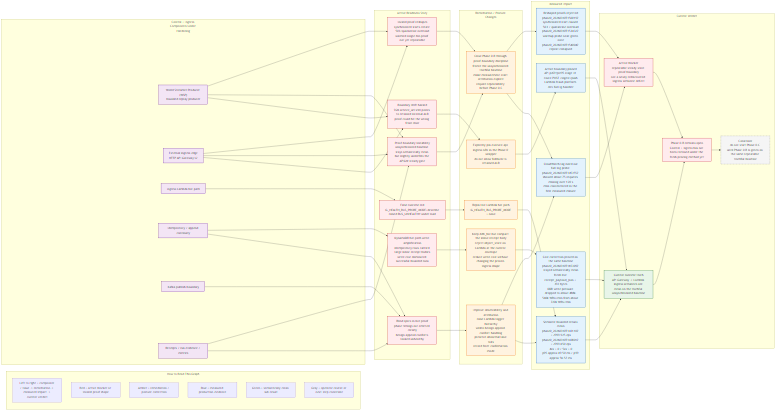
The Mermaid diagram docs/design/platform/dev_full/graph/readiness/dev_full_control_ingress_readiness_delta_current_v0.mermaid.png in EsosaOrumwese/fraud-detection-system, before a commit. Its source is kept beside it as docs/design/platform/dev_full/graph/readiness/dev_full_control_ingress_readiness_delta_current_v0.mermaid.mmd. Its diagram source:
```mermaid
---
config:
  layout: dagre
  theme: default
---
flowchart LR

  subgraph LEGEND["How to Read This Graph"]
    L1["Left to right = component / issue -> remediation -> measured impact -> current verdict"]
    L2["Red = active blocker or invalid proof shape"]
    L3["Amber = remediation / posture correction"]
    L4["Blue = measured production evidence"]
    L5["Green = semantically clean sub-result"]
    L6["Gray = operator caveat or next-step constraint"]
  end

  subgraph COMPONENTS["Control + Ingress Components Under Hardening"]
    WSP["World Streamer Producer (WSP)<br>bounded replay producer"]
    EDGE["External ingress edge<br>HTTP API Gateway v2"]
    IG["Ingress Lambda hot path"]
    DDB["Idempotency / append continuity"]
    PUB["Kafka publish boundary"]
    EVID["Receipts / run evidence / metrics"]
  end

  subgraph DEFECTS["Active Readiness Story"]
    D1["Boundary drift hazard<br>SSM service_url still points to retained internal ALB<br>proof could hit the wrong front door"]
    D2["False runtime red<br>IG_HEALTH_BUS_PROBE_MODE=describe raised BUS_UNHEALTHY under load"]
    D3["Blind spots in live proof<br>phase timings not emitted clearly<br>benign append conflicts looked unhealthy"]
    D4["Proof-boundary instability<br>unsynchronized baseline stays semantically clean but slightly underfills the APIGW steady gate"]
    D5["Invalid proof reshapes<br>synchronized starts create 503/quarantine overload<br>warmed single-bin proof not yet repeatable"]
    D6["DynamoDB hot-path write amplification<br>idempotency rows carried large inline receipt bodies<br>write cost dominated successful bounded runs"]
  end

  subgraph REMEDIATION["Remediation / Posture Changes"]
    R1["Explicitly pin execute-api ingress URL in the Phase 0 wrapper<br>do not allow fallback to retained ALB"]
    R2["Repin live Lambda hot path<br>IG_HEALTH_BUS_PROBE_MODE = none"]
    R3["Improve observability and attribution<br>raise Lambda logger hierarchy<br>widen benign append-conflict handling<br>preserve abnormal lane tails<br>record fleet confirmation mode"]
    R4["Close Phase 0.B through proof-boundary discipline<br>freeze the unsynchronized truthful baseline<br>make measurement-start attribution explicit<br>require repeatability before Phase 0.C"]
    R5["Keep ddb_hot but compact the inline receipt body<br>reject object_store on Lambda at the current envelope<br>reduce write cost without changing the proven ingress shape"]
  end

  subgraph IMPACT["Measured Impact"]
    M1["Active boundary pinned<br>API pd7rtjze95 stage v1 route POST /ingest/push<br>Lambda fraud-platform-dev-full-ig-handler"]
    M2["Semantic bounded reruns clean<br>phase0_20260310T143110Z = 2999.925 eps<br>phase0_20260310T143801Z = 2999.650 eps<br>4xx = 0 / 5xx = 0<br>p95 approx 49-50 ms / p99 approx 56-57 ms"]
    M3["CloudWatch lag ruled out<br>full-log probe phase0_20260310T145355Z showed about 75 requests missing over 120 s<br>miss concentrated in the first measured minute"]
    M4["Reshaped proofs rejected<br>phase0_20260310T150019Z synchronized start caused 503 / quarantine overload<br>phase0_20260310T153432Z warmup probe near-green once<br>phase0_20260310T154004Z repeat collapsed"]
    M5["Cost correction proved on the same baseline<br>phase0_20260310T165309Z stayed semantically clean<br>fresh live receipt_payload_json = 392 bytes<br>DDB write pressure dropped to about 488k-540k WRU/min from about 720k WRU/min"]
  end

  subgraph VERDICT["Current Verdict"]
    V1["Current runtime truth<br>API Gateway -> Lambda ingress semantics are clean on the truthful unsynchronized baseline"]
    V2["Phase 0.B remains open<br>Control + Ingress has not been reclosed under the fresh proving method yet"]
    V3["Active blocker<br>repeatable steady-state proof boundary<br>not a newly rediscovered ingress semantic defect"]
    V4["Constraint<br>do not start Phase 0.C until Phase 0.B is green on the same repeatable truthful baseline"]
  end

  WSP --> D1
  EDGE --> D1
  IG --> D2
  DDB --> D3
  PUB --> D3
  EVID --> D3
  WSP --> D4
  EDGE --> D4
  EVID --> D4
  WSP --> D5
  EDGE --> D5
  DDB --> D6

  D1 --> R1
  D2 --> R2
  D3 --> R3
  D4 --> R4
  D5 --> R4
  D6 --> R5

  R1 --> M1
  R2 --> M2
  R3 --> M2
  R3 --> M3
  R4 --> M3
  R4 --> M4
  R5 --> M5

  M1 --> V1
  M2 --> V1
  M3 --> V3
  M4 --> V3
  M5 --> V1
  V1 --> V2
  V3 --> V2
  V2 --> V4

  classDef comp fill:#f3e5f5,stroke:#6a1b9a,color:#111,stroke-width:1.3px;
  classDef defect fill:#ffebee,stroke:#c62828,color:#111,stroke-width:1.3px;
  classDef fix fill:#fff3e0,stroke:#ef6c00,color:#111,stroke-width:1.3px;
  classDef metric fill:#e3f2fd,stroke:#1565c0,color:#111,stroke-width:1.3px;
  classDef ok fill:#e8f5e9,stroke:#2e7d32,color:#111,stroke-width:1.4px;
  classDef caveat fill:#f5f5f5,stroke:#616161,color:#111,stroke-dasharray: 5 3;

  class WSP,EDGE,IG,DDB,PUB,EVID comp;
  class D1,D2,D3,D4,D5,D6 defect;
  class R1,R2,R3,R4,R5 fix;
  class M1,M2,M3,M4,M5 metric;
  class V1 ok;
  class V2,V3 defect;
  class V4 caveat;
```
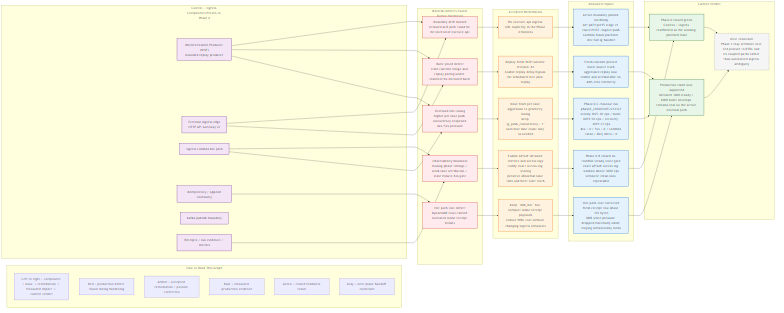
The same file after the commit.

What changed in the source:
```diff
@@ -7,14 +7,14 @@
 
   subgraph LEGEND["How to Read This Graph"]
     L1["Left to right = component / issue -> remediation -> measured impact -> current verdict"]
-    L2["Red = active blocker or invalid proof shape"]
-    L3["Amber = remediation / posture correction"]
+    L2["Red = production defect found during hardening"]
+    L3["Amber = accepted remediation / posture correction"]
     L4["Blue = measured production evidence"]
-    L5["Green = semantically clean sub-result"]
-    L6["Gray = operator caveat or next-step constraint"]
+    L5["Green = closed readiness result"]
+    L6["Gray = next-plane handoff constraint"]
   end
 
-  subgraph COMPONENTS["Control + Ingress Components Under Hardening"]
+  subgraph COMPONENTS["Control + Ingress Components Proven in Phase 0"]
     WSP["World Streamer Producer (WSP)<br>bounded replay producer"]
     EDGE["External ingress edge<br>HTTP API Gateway v2"]
     IG["Ingress Lambda hot path"]
@@ -23,74 +23,65 @@
     EVID["Receipts / run evidence / metrics"]
   end
 
-  subgraph DEFECTS["Active Readiness Story"]
-    D1["Boundary drift hazard<br>SSM service_url still points to retained internal ALB<br>proof could hit the wrong front door"]
-    D2["False runtime red<br>IG_HEALTH_BUS_PROBE_MODE=describe raised BUS_UNHEALTHY under load"]
-    D3["Blind spots in live proof<br>phase timings not emitted clearly<br>benign append conflicts looked unhealthy"]
-    D4["Proof-boundary instability<br>unsynchronized baseline stays semantically clean but slightly underfills the APIGW steady gate"]
-    D5["Invalid proof reshapes<br>synchronized starts create 503/quarantine overload<br>warmed single-bin proof not yet repeatable"]
-    D6["DynamoDB hot-path write amplification<br>idempotency rows carried large inline receipt bodies<br>write cost dominated successful bounded runs"]
+  subgraph DEFECTS["Material Defects Found During Hardening"]
+    D1["Boundary drift hazard<br>retained ALB path could be hit instead of execute-api"]
+    D2["Observability blindness<br>missing phase timings / weak lane attribution / stale minute-bin gate"]
+    D3["Hot-path cost defect<br>DynamoDB rows carried oversized inline receipt bodies"]
+    D4["Burst proof defect<br>stale runtime image and replay pacing under-realized the declared burst"]
+    D5["Overload mis-tuning<br>higher per-lane push concurrency reopened 4xx/5xx pressure"]
   end
 
-  subgraph REMEDIATION["Remediation / Posture Changes"]
-    R1["Explicitly pin execute-api ingress URL in the Phase 0 wrapper<br>do not allow fallback to retained ALB"]
-    R2["Repin live Lambda hot path<br>IG_HEALTH_BUS_PROBE_MODE = none"]
-    R3["Improve observability and attribution<br>raise Lambda logger hierarchy<br>widen benign append-conflict handling<br>preserve abnormal lane tails<br>record fleet confirmation mode"]
-    R4["Close Phase 0.B through proof-boundary discipline<br>freeze the unsynchronized truthful baseline<br>make measurement-start attribution explicit<br>require repeatability before Phase 0.C"]
-    R5["Keep ddb_hot but compact the inline receipt body<br>reject object_store on Lambda at the current envelope<br>reduce write cost without changing the proven ingress shape"]
+  subgraph REMEDIATION["Accepted Remediation"]
+    R1["Pin execute-api ingress URL explicitly in the Phase 0 harness"]
+    R2["Enable APIGW detailed metrics and access logs<br>codify exact access-log scoring<br>preserve abnormal lane tails and fleet-start truth"]
+    R3["Keep `ddb_hot` but compact inline receipt payloads<br>reduce WRU cost without changing ingress semantics"]
+    R4["Deploy fresh WSP runtime revision :61<br>enable replay-delay bypass for scheduled rate-plan replay"]
+    R5["Move from per-lane aggression to geometry tuning<br>keep `ig_push_concurrency = 1` and raise lane count only as needed"]
   end
 
   subgraph IMPACT["Measured Impact"]
-    M1["Active boundary pinned<br>API pd7rtjze95 stage v1 route POST /ingest/push<br>Lambda fraud-platform-dev-full-ig-handler"]
-    M2["Semantic bounded reruns clean<br>phase0_20260310T143110Z = 2999.925 eps<br>phase0_20260310T143801Z = 2999.650 eps<br>4xx = 0 / 5xx = 0<br>p95 approx 49-50 ms / p99 approx 56-57 ms"]
-    M3["CloudWatch lag ruled out<br>full-log probe phase0_20260310T145355Z showed about 75 requests missing over 120 s<br>miss concentrated in the first measured minute"]
-    M4["Reshaped proofs rejected<br>phase0_20260310T150019Z synchronized start caused 503 / quarantine overload<br>phase0_20260310T153432Z warmup probe near-green once<br>phase0_20260310T154004Z repeat collapsed"]
-    M5["Cost correction proved on the same baseline<br>phase0_20260310T165309Z stayed semantically clean<br>fresh live receipt_payload_json = 392 bytes<br>DDB write pressure dropped to about 488k-540k WRU/min from about 720k WRU/min"]
+    M1["Active boundary pinned truthfully<br>API pd7rtjze95 stage v1 route POST /ingest/push<br>Lambda fraud-platform-dev-full-ig-handler"]
+    M2["Phase 0.B closed on truthful steady-state gate<br>exact APIGW access-log window above 3000 eps<br>semantic clean runs repeatable"]
+    M3["Hot-path cost corrected<br>fresh receipt row about 392 bytes<br>DDB write pressure dropped materially while staying semantically clean"]
+    M4["Fresh runtime proved burst source truth<br>aggressive replay now visible and attributable on AWS-real telemetry"]
+    M5["Phase 0.C closeout run<br>phase0_20260310T223332Z<br>steady 3025.30 eps / burst 6019.50 eps / recovery 3019.21 eps<br>4xx = 0 / 5xx = 0 / Lambda clean / DLQ delta = 0"]
   end
 
   subgraph VERDICT["Current Verdict"]
-    V1["Current runtime truth<br>API Gateway -> Lambda ingress semantics are clean on the truthful unsynchronized baseline"]
-    V2["Phase 0.B remains open<br>Control + Ingress has not been reclosed under the fresh proving method yet"]
-    V3["Active blocker<br>repeatable steady-state proof boundary<br>not a newly rediscovered ingress semantic defect"]
-    V4["Constraint<br>do not start Phase 0.C until Phase 0.B is green on the same repeatable truthful baseline"]
+    V1["Phase 0 closed green<br>Control + Ingress reaffirmed as the working-platform base"]
+    V2["Production claim now supported<br>declared 3000 steady / 6000 burst envelope remains real on the active external path"]
+    V3["Next constraint<br>Phase 1 may attribute new red posture to RTDL and its coupled paths rather than unresolved ingress ambiguity"]
   end
 
   WSP --> D1
   EDGE --> D1
   IG --> D2
+  EVID --> D2
   DDB --> D3
-  PUB --> D3
-  EVID --> D3
   WSP --> D4
   EDGE --> D4
-  EVID --> D4
   WSP --> D5
-  EDGE --> D5
-  DDB --> D6
+  IG --> D5
 
   D1 --> R1
   D2 --> R2
   D3 --> R3
   D4 --> R4
-  D5 --> R4
-  D6 --> R5
+  D5 --> R5
 
   R1 --> M1
   R2 --> M2
-  R3 --> M2
   R3 --> M3
-  R4 --> M3
   R4 --> M4
   R5 --> M5
 
   M1 --> V1
   M2 --> V1
-  M3 --> V3
-  M4 --> V3
-  M5 --> V1
-  V1 --> V2
-  V3 --> V2
-  V2 --> V4
+  M3 --> V2
+  M4 --> V2
+  M5 --> V2
+  V1 --> V3
+  V2 --> V3
 
   classDef comp fill:#f3e5f5,stroke:#6a1b9a,color:#111,stroke-width:1.3px;
   classDef defect fill:#ffebee,stroke:#c62828,color:#111,stroke-width:1.3px;
@@ -100,9 +91,8 @@
   classDef caveat fill:#f5f5f5,stroke:#616161,color:#111,stroke-dasharray: 5 3;
 
   class WSP,EDGE,IG,DDB,PUB,EVID comp;
-  class D1,D2,D3,D4,D5,D6 defect;
+  class D1,D2,D3,D4,D5 defect;
   class R1,R2,R3,R4,R5 fix;
   class M1,M2,M3,M4,M5 metric;
-  class V1 ok;
-  class V2,V3 defect;
-  class V4 caveat;
+  class V1,V2 ok;
+  class V3 caveat;
```
